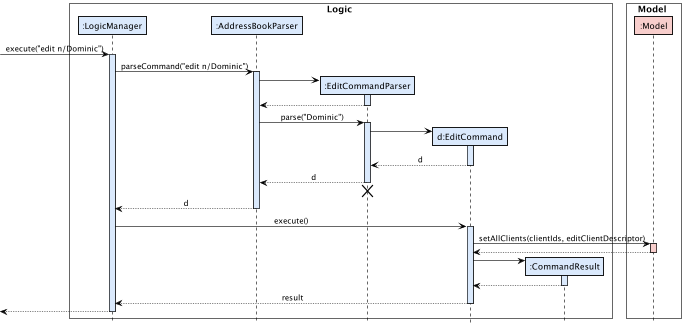
Before: docs/images/tracing/EditSequenceDiagram.png, a diagram exported from PlantUML (nus-cs2103-AY2122S1/tp). The source it was exported from:
```plantuml
@startuml
!include ../style.puml
box Logic #FFFFFF
participant ":LogicManager" as LogicManager LOGIC_COLOR
participant ":AddressBookParser" as AddressBookParser LOGIC_COLOR
participant ":EditCommandParser" as EditCommandParser LOGIC_COLOR
participant "d:EditCommand" as EditCommand LOGIC_COLOR
participant ":CommandResult" as CommandResult LOGIC_COLOR
end box

skinparam sequenceBoxBorderColor #black

box Model #FFFFFF
participant ":Model" as Model MODEL_COLOR
end box

[-> LogicManager : execute("edit n/Dominic")
activate LogicManager LOGIC_COLOR

LogicManager -> AddressBookParser : parseCommand("edit n/Dominic")
activate AddressBookParser LOGIC_COLOR

create EditCommandParser LOGIC_COLOR
AddressBookParser -> EditCommandParser
activate EditCommandParser LOGIC_COLOR

EditCommandParser --> AddressBookParser
deactivate EditCommandParser LOGIC_COLOR

AddressBookParser -> EditCommandParser : parse("Dominic")
activate EditCommandParser LOGIC_COLOR

create EditCommand LOGIC_COLOR
EditCommandParser -> EditCommand
activate EditCommand LOGIC_COLOR

EditCommand --> EditCommandParser : d
deactivate EditCommand LOGIC_COLOR

EditCommandParser --> AddressBookParser : d
deactivate EditCommandParser LOGIC_COLOR
EditCommandParser -[hidden]-> AddressBookParser
destroy EditCommandParser LOGIC_COLOR

AddressBookParser --> LogicManager : d
deactivate AddressBookParser LOGIC_COLOR

LogicManager -> EditCommand : execute()
activate EditCommand LOGIC_COLOR

EditCommand -> Model : setAllClients(clientIds, editClientDescriptor)
activate Model MODEL_COLOR

Model --> EditCommand
deactivate Model LOGIC_COLOR


create CommandResult LOGIC_COLOR
EditCommand -> CommandResult
activate CommandResult LOGIC_COLOR

CommandResult --> EditCommand
deactivate CommandResult LOGIC_COLOR

EditCommand --> LogicManager : result
deactivate EditCommand LOGIC_COLOR

[<--LogicManager
deactivate LogicManager LOGIC_COLOR
@enduml
```
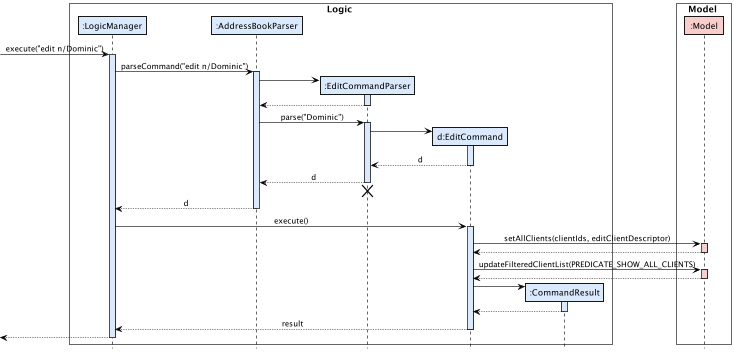
The same diagram one commit later.

The edit, as a diff of the source:
```diff
@@ -54,6 +54,11 @@
 Model --> EditCommand
 deactivate Model LOGIC_COLOR
 
+EditCommand -> Model : updateFilteredClientList(PREDICATE_SHOW_ALL_CLIENTS)
+activate Model MODEL_COLOR
+
+Model --> EditCommand
+deactivate Model LOGIC_COLOR
 
 create CommandResult LOGIC_COLOR
 EditCommand -> CommandResult
```
